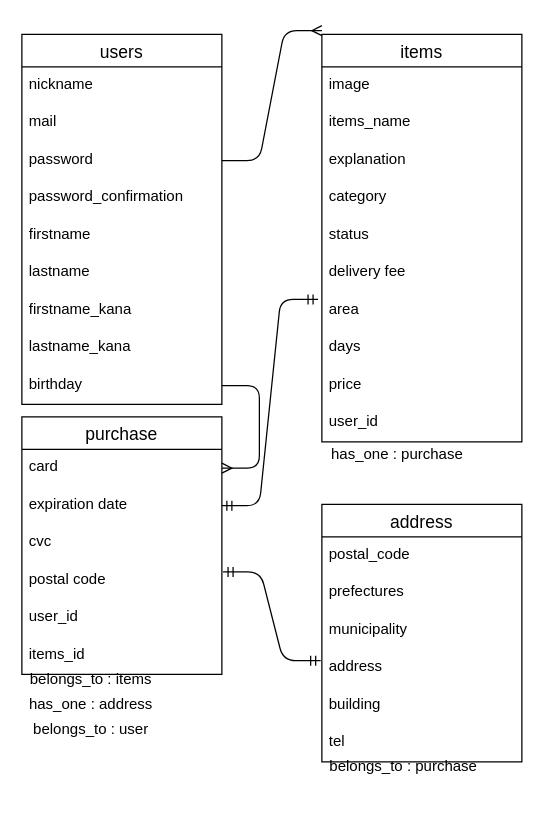
Earlier version of the draw.io diagram furima-22215.dio (dsanrails/furima-22215). Source tidied: cells renumbered, new cells numbered last; positions are measured from the earlier drawing's top-left corner, leaving out a move shared by most shapes. Both pictures are drawn from the tidied source at 125%, with x=0, y=0 at pixel (21, 30).
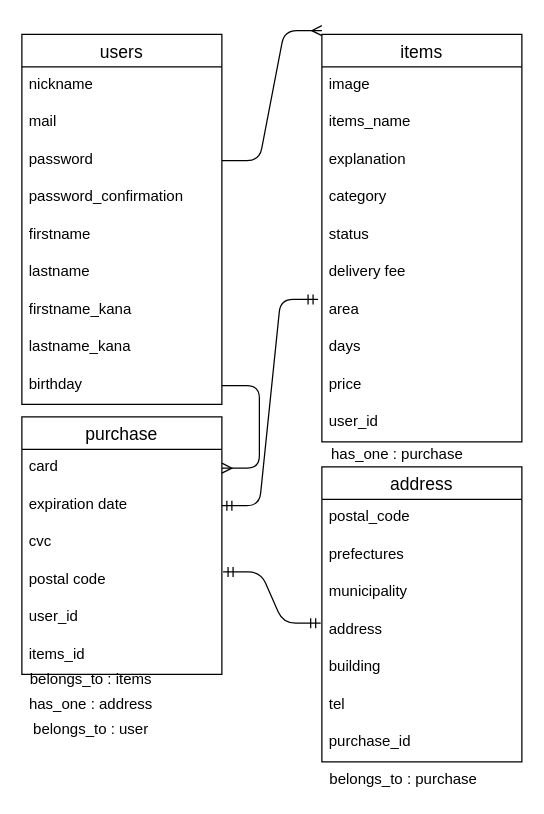
The same page after the edit.

What changed in the source:
```diff
@@
     <mxCell id="2" value="address" style="swimlane;fontStyle=0;horizontal=1;startSize=26;align=center;fontSize=14;" parent="1" vertex="1">
-      <mxGeometry x="240" y="379" width="160" height="206" as="geometry" />
+      <mxGeometry x="240" y="349" width="160" height="236" as="geometry" />
     </mxCell>
@@
+    <mxCell id="46" value="tel" style="text;strokeColor=none;fillColor=none;spacingLeft=4;spacingRight=4;overflow=hidden;fontSize=12;" parent="2" vertex="1">
+      <mxGeometry y="176" width="160" height="30" as="geometry" />
+    </mxCell>
-    <mxCell id="8" value="tel" style="text;strokeColor=none;fillColor=none;spacingLeft=4;spacingRight=4;overflow=hidden;fontSize=12;" parent="2" vertex="1">
-      <mxGeometry y="176" width="160" height="30" as="geometry" />
+    <mxCell id="8" value="purchase_id" style="text;strokeColor=none;fillColor=none;spacingLeft=4;spacingRight=4;overflow=hidden;fontSize=12;" parent="2" vertex="1">
+      <mxGeometry y="206" width="160" height="30" as="geometry" />
     </mxCell>
@@
     <mxCell id="44" value="belongs_to : purchase" style="text;html=1;align=center;verticalAlign=middle;" parent="1" vertex="1">
-      <mxGeometry x="240" y="579" width="130" height="20" as="geometry" />
+      <mxGeometry x="240" y="589" width="130" height="20" as="geometry" />
     </mxCell>
```
